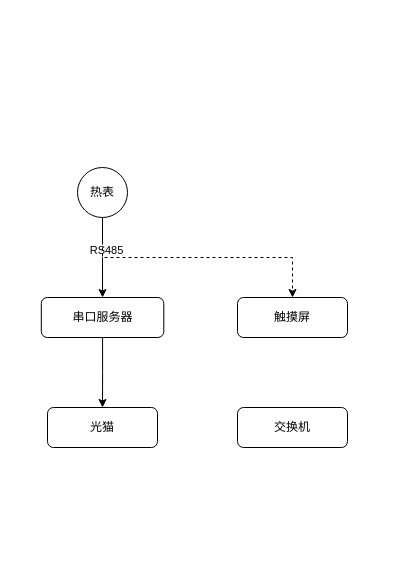
zhfk/drawo.io.mydiagrams keeps this draw.io diagram as 热表.drawio. Above is the earlier version. Source tidied: cells renumbered, new cells numbered last; positions are measured from the earlier drawing's top-left corner, leaving out a move shared by most shapes. Both pictures are drawn from the tidied source at 100%, with x=0, y=0 at pixel (41, 167).
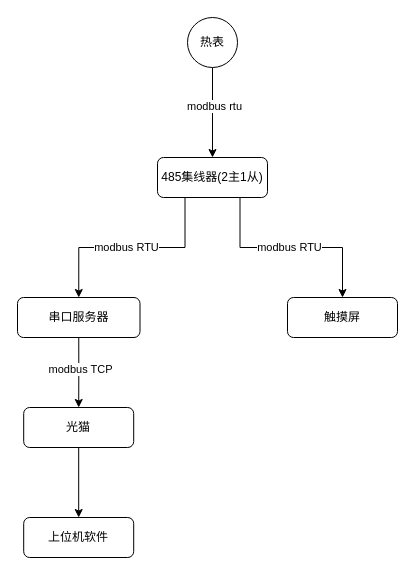
After the change.

The edit, as a diff of the source:
```diff
@@
 <mxGraphModel>
   <root>
     <mxCell id="0" />
     <mxCell id="1" parent="0" />
-    <mxCell id="2" style="edgeStyle=orthogonalEdgeStyle;rounded=0;jettySize=auto;html=1;exitX=0.5;exitY=1;exitDx=0;exitDy=0;entryX=0.5;entryY=0;entryDx=0;entryDy=0;" parent="1" edge="1" source="5" target="7">
-      <mxGeometry relative="1" as="geometry" />
-    </mxCell>
-    <mxCell id="3" value="RS485" style="edgeLabel;html=1;align=center;verticalAlign=middle;" parent="2" vertex="1">
-      <mxGeometry x="-0.2" y="3" relative="1" as="geometry" />
-    </mxCell>
-    <mxCell id="4" style="edgeStyle=orthogonalEdgeStyle;rounded=0;jettySize=auto;html=1;exitX=0.5;exitY=1;exitDx=0;exitDy=0;dashed=1;" parent="1" edge="1" source="5" target="9">
-      <mxGeometry relative="1" as="geometry" />
-    </mxCell>
+    <mxCell id="11" style="edgeStyle=orthogonalEdgeStyle;rounded=0;jettySize=auto;html=1;exitX=0.5;exitY=1;exitDx=0;exitDy=0;entryX=0.5;entryY=0;entryDx=0;entryDy=0;" parent="1" edge="1" source="5" target="19">
+      <mxGeometry relative="1" as="geometry" />
+    </mxCell>
+    <mxCell id="12" value="modbus rtu" style="edgeLabel;html=1;align=center;verticalAlign=middle;" parent="11" vertex="1">
+      <mxGeometry x="-0.16" y="1" relative="1" as="geometry" />
+    </mxCell>
     <mxCell id="5" value="热表" style="ellipse;whiteSpace=wrap;html=1;" parent="1" vertex="1">
-      <mxGeometry x="36" width="50" height="50" as="geometry" />
+      <mxGeometry x="146" y="-150" width="50" height="50" as="geometry" />
     </mxCell>
     <mxCell id="6" style="edgeStyle=orthogonalEdgeStyle;rounded=0;jettySize=auto;html=1;exitX=0.5;exitY=1;exitDx=0;exitDy=0;" parent="1" edge="1" source="7" target="10">
       <mxGeometry relative="1" as="geometry" />
     </mxCell>
+    <mxCell id="13" value="modbus TCP" style="edgeLabel;html=1;align=center;verticalAlign=middle;" parent="6" vertex="1">
+      <mxGeometry x="-0.09" y="1" relative="1" as="geometry" />
+    </mxCell>
     <mxCell id="7" value="串口服务器" style="rounded=1;whiteSpace=wrap;html=1;" parent="1" vertex="1">
-      <mxGeometry x="-0.2" y="130" width="122.5" height="40" as="geometry" />
+      <mxGeometry x="-24" y="130" width="122.5" height="40" as="geometry" />
     </mxCell>
-    <mxCell id="8" value="交换机" style="rounded=1;whiteSpace=wrap;html=1;" parent="1" vertex="1">
-      <mxGeometry x="196" y="240" width="110" height="40" as="geometry" />
-    </mxCell>
     <mxCell id="9" value="触摸屏" style="rounded=1;whiteSpace=wrap;html=1;" parent="1" vertex="1">
-      <mxGeometry x="196" y="130" width="110" height="40" as="geometry" />
+      <mxGeometry x="246" y="130" width="110" height="40" as="geometry" />
     </mxCell>
+    <mxCell id="14" style="edgeStyle=orthogonalEdgeStyle;rounded=0;jettySize=auto;html=1;exitX=0.5;exitY=1;exitDx=0;exitDy=0;entryX=0.5;entryY=0;entryDx=0;entryDy=0;" parent="1" edge="1" source="10" target="20">
+      <mxGeometry relative="1" as="geometry" />
+    </mxCell>
     <mxCell id="10" value="光猫" style="rounded=1;whiteSpace=wrap;html=1;" parent="1" vertex="1">
-      <mxGeometry x="6" y="240" width="110" height="40" as="geometry" />
+      <mxGeometry x="-17.8" y="240" width="110" height="40" as="geometry" />
     </mxCell>
+    <mxCell id="15" style="edgeStyle=orthogonalEdgeStyle;rounded=0;jettySize=auto;html=1;exitX=0.25;exitY=1;exitDx=0;exitDy=0;entryX=0.5;entryY=0;entryDx=0;entryDy=0;" parent="1" edge="1" source="19" target="7">
+      <mxGeometry relative="1" as="geometry" />
+    </mxCell>
+    <mxCell id="16" value="modbus RTU" style="edgeLabel;html=1;align=center;verticalAlign=middle;" parent="15" vertex="1">
+      <mxGeometry x="0.06" y="-1" relative="1" as="geometry" />
+    </mxCell>
+    <mxCell id="17" style="edgeStyle=orthogonalEdgeStyle;rounded=0;jettySize=auto;html=1;exitX=0.75;exitY=1;exitDx=0;exitDy=0;entryX=0.5;entryY=0;entryDx=0;entryDy=0;" parent="1" edge="1" source="19" target="9">
+      <mxGeometry relative="1" as="geometry" />
+    </mxCell>
+    <mxCell id="18" value="modbus RTU" style="edgeLabel;html=1;align=center;verticalAlign=middle;" parent="17" vertex="1">
+      <mxGeometry x="-0.02" y="1" relative="1" as="geometry" />
+    </mxCell>
+    <mxCell id="19" value="485集线器(2主1从)" style="rounded=1;whiteSpace=wrap;html=1;" parent="1" vertex="1">
+      <mxGeometry x="116" y="-10" width="110" height="40" as="geometry" />
+    </mxCell>
+    <mxCell id="20" value="上位机软件" style="rounded=1;whiteSpace=wrap;html=1;" parent="1" vertex="1">
+      <mxGeometry x="-17.8" y="350" width="110" height="40" as="geometry" />
+    </mxCell>
   </root>
 </mxGraphModel>
```
